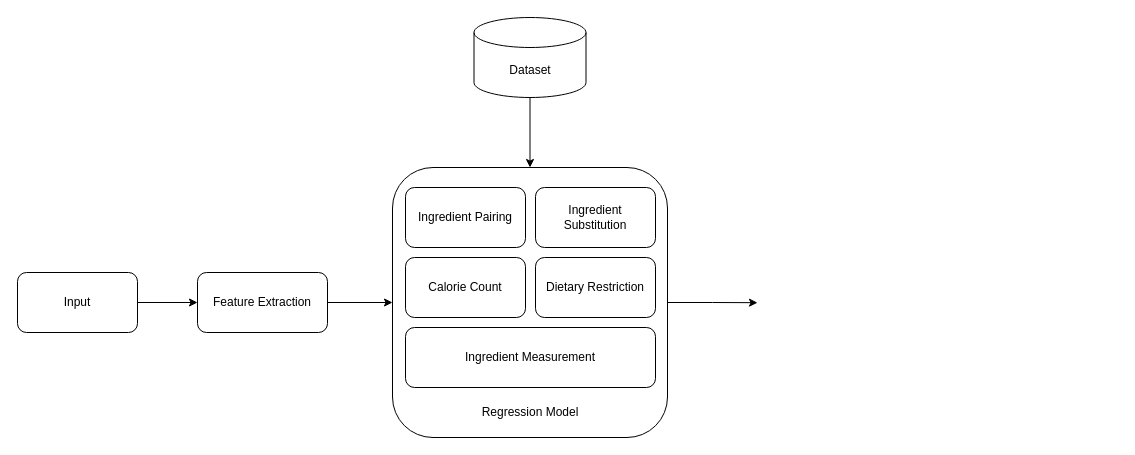
This is Model.drawio from MonaJea-Ng/Projects, a draw.io file, before an edit. Source tidied: cells renumbered, new cells numbered last; positions are measured from the earlier drawing's top-left corner, leaving out a move shared by most shapes. Both pictures are drawn from the tidied source at 100%, with x=0, y=0 at pixel (17, 17).
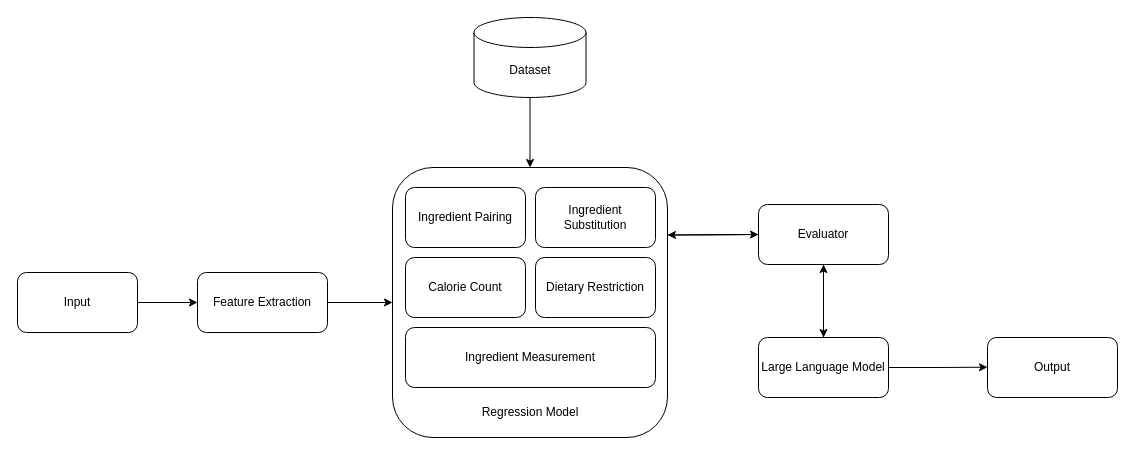
The same diagram, later.

Unchanged cells that the change refers to:
```xml
<mxCell id="7" style="rounded=1;whiteSpace=wrap;html=1;" parent="1" vertex="1">
  <mxGeometry x="375" y="150" width="275" height="270" as="geometry" />
</mxCell>
```

What changed in the source:
```diff
@@
-    <mxCell id="6" style="edgeStyle=orthogonalEdgeStyle;rounded=0;jettySize=auto;html=1;exitX=1;exitY=0.5;exitDx=0;exitDy=0;" parent="1" edge="1" source="7">
-      <mxGeometry relative="1" as="geometry">
-        <mxPoint x="740" y="285.2" as="targetPoint" />
-      </mxGeometry>
-    </mxCell>
+    <mxCell id="16" style="edgeStyle=orthogonalEdgeStyle;rounded=0;jettySize=auto;html=1;exitX=1;exitY=0.25;exitDx=0;exitDy=0;entryX=0;entryY=0.5;entryDx=0;entryDy=0;" parent="1" edge="1" source="7" target="19">
+      <mxGeometry relative="1" as="geometry" />
+    </mxCell>
@@
+    <mxCell id="17" style="edgeStyle=orthogonalEdgeStyle;rounded=0;jettySize=auto;html=1;exitX=0;exitY=0.5;exitDx=0;exitDy=0;entryX=1;entryY=0.25;entryDx=0;entryDy=0;" parent="1" edge="1" source="19" target="7">
+      <mxGeometry relative="1" as="geometry" />
+    </mxCell>
+    <mxCell id="18" style="edgeStyle=orthogonalEdgeStyle;rounded=0;jettySize=auto;html=1;exitX=0.5;exitY=1;exitDx=0;exitDy=0;entryX=0.5;entryY=0;entryDx=0;entryDy=0;" parent="1" edge="1" source="19" target="22">
+      <mxGeometry relative="1" as="geometry" />
+    </mxCell>
+    <mxCell id="19" value="Evaluator" style="rounded=1;whiteSpace=wrap;html=1;" parent="1" vertex="1">
+      <mxGeometry x="741" y="187" width="130" height="60" as="geometry" />
+    </mxCell>
+    <mxCell id="20" style="edgeStyle=orthogonalEdgeStyle;rounded=0;jettySize=auto;html=1;exitX=0.5;exitY=0;exitDx=0;exitDy=0;entryX=0.5;entryY=1;entryDx=0;entryDy=0;" parent="1" edge="1" source="22" target="19">
+      <mxGeometry relative="1" as="geometry" />
+    </mxCell>
+    <mxCell id="21" style="edgeStyle=orthogonalEdgeStyle;rounded=0;jettySize=auto;html=1;exitX=1;exitY=0.5;exitDx=0;exitDy=0;" parent="1" edge="1" source="22">
+      <mxGeometry relative="1" as="geometry">
+        <mxPoint x="970" y="349.7" as="targetPoint" />
+      </mxGeometry>
+    </mxCell>
+    <mxCell id="22" value="Large Language Model" style="rounded=1;whiteSpace=wrap;html=1;" parent="1" vertex="1">
+      <mxGeometry x="741" y="320" width="130" height="60" as="geometry" />
+    </mxCell>
+    <mxCell id="23" value="Output" style="rounded=1;whiteSpace=wrap;html=1;" parent="1" vertex="1">
+      <mxGeometry x="970" y="320" width="130" height="60" as="geometry" />
+    </mxCell>
```
